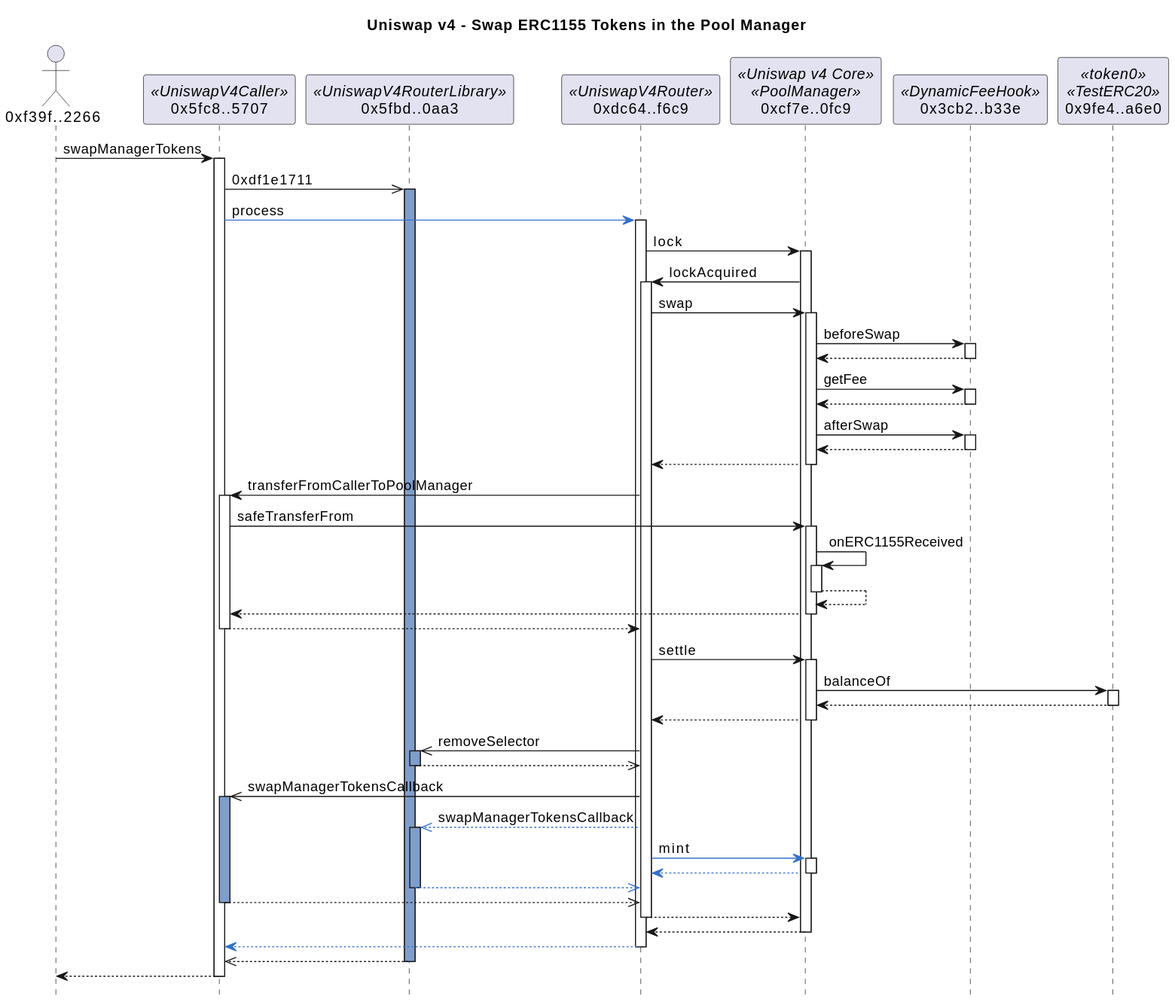
Above: docs/swapPoolManagerTokensSummary.svg in naddison36/uniswap-v4-hooks (PlantUML), before the change.
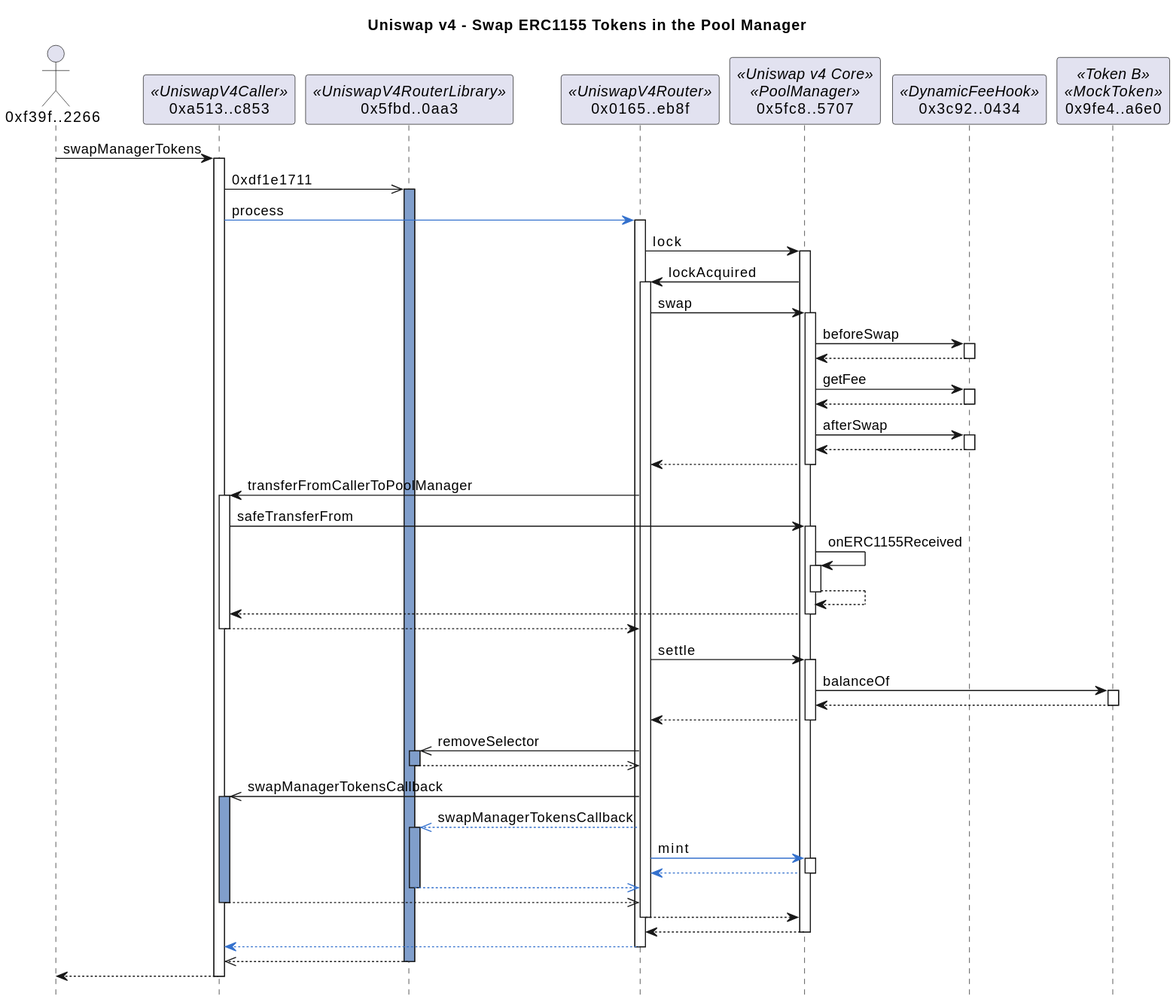
Later version of the same file.

Change to the diagram source:
```diff
@@ -3,59 +3,59 @@
 hide footbox
 
 actor "0xf39f..2266" as f39f2266
-participant "0x5fc8..5707" as 5fc85707 <<UniswapV4Caller>>
+participant "0xa513..c853" as a513c853 <<UniswapV4Caller>>
 participant "0x5fbd..0aa3" as 5fbd0aa3 <<UniswapV4RouterLibrary>>
-participant "0xdc64..f6c9" as dc64f6c9 <<UniswapV4Router>>
-participant "0xcf7e..0fc9" as cf7e0fc9 <<Uniswap v4 Core>><<PoolManager>>
-participant "0x3cb2..b33e" as 3cb2b33e <<DynamicFeeHook>>
-participant "0x9fe4..a6e0" as 9fe4a6e0 <<token0>><<TestERC20>>
+participant "0x0165..eb8f" as 0165eb8f <<UniswapV4Router>>
+participant "0x5fc8..5707" as 5fc85707 <<Uniswap v4 Core>><<PoolManager>>
+participant "0x3c92..0434" as 3c920434 <<DynamicFeeHook>>
+participant "0x9fe4..a6e0" as 9fe4a6e0 <<Token B>><<MockToken>>
 
-f39f2266 -> 5fc85707: swapManagerTokens
+f39f2266 -> a513c853: swapManagerTokens
+activate a513c853
+a513c853 ->> 5fbd0aa3: 0xdf1e1711
+activate 5fbd0aa3 #809ECB
+a513c853 -[#3471CD]> 0165eb8f: process
+activate 0165eb8f
+0165eb8f -> 5fc85707: lock
 activate 5fc85707
-5fc85707 ->> 5fbd0aa3: 0xdf1e1711
-activate 5fbd0aa3 #809ECB
-5fc85707 -[#3471CD]> dc64f6c9: process
-activate dc64f6c9
-dc64f6c9 -> cf7e0fc9: lock
-activate cf7e0fc9
-cf7e0fc9 -> dc64f6c9: lockAcquired
-activate dc64f6c9
-dc64f6c9 -> cf7e0fc9: swap
-activate cf7e0fc9
-cf7e0fc9 -> 3cb2b33e: beforeSwap
-activate 3cb2b33e
+5fc85707 -> 0165eb8f: lockAcquired
+activate 0165eb8f
+0165eb8f -> 5fc85707: swap
+activate 5fc85707
+5fc85707 -> 3c920434: beforeSwap
+activate 3c920434
 return
-cf7e0fc9 -> 3cb2b33e: getFee
-activate 3cb2b33e
+5fc85707 -> 3c920434: getFee
+activate 3c920434
 return
-cf7e0fc9 -> 3cb2b33e: afterSwap
-activate 3cb2b33e
+5fc85707 -> 3c920434: afterSwap
+activate 3c920434
 return
 return
-dc64f6c9 -> 5fc85707: transferFromCallerToPoolManager
+0165eb8f -> a513c853: transferFromCallerToPoolManager
+activate a513c853
+a513c853 -> 5fc85707: safeTransferFrom
 activate 5fc85707
-5fc85707 -> cf7e0fc9: safeTransferFrom
-activate cf7e0fc9
-cf7e0fc9 -> cf7e0fc9: onERC1155Received
-activate cf7e0fc9
+5fc85707 -> 5fc85707: onERC1155Received
+activate 5fc85707
 return
 return
 return
-dc64f6c9 -> cf7e0fc9: settle
-activate cf7e0fc9
-cf7e0fc9 -> 9fe4a6e0: balanceOf
+0165eb8f -> 5fc85707: settle
+activate 5fc85707
+5fc85707 -> 9fe4a6e0: balanceOf
 activate 9fe4a6e0
 return
 return
-dc64f6c9 ->> 5fbd0aa3: removeSelector
+0165eb8f ->> 5fbd0aa3: removeSelector
 activate 5fbd0aa3 #809ECB
 return
-dc64f6c9 ->> 5fc85707: swapManagerTokensCallback
-activate 5fc85707 #809ECB
-dc64f6c9 --[#3471CD]>> 5fbd0aa3: swapManagerTokensCallback
+0165eb8f ->> a513c853: swapManagerTokensCallback
+activate a513c853 #809ECB
+0165eb8f --[#3471CD]>> 5fbd0aa3: swapManagerTokensCallback
 activate 5fbd0aa3 #809ECB
-dc64f6c9 -[#3471CD]> cf7e0fc9: mint
-activate cf7e0fc9
+0165eb8f -[#3471CD]> 5fc85707: mint
+activate 5fc85707
 return
 return
 return
```
